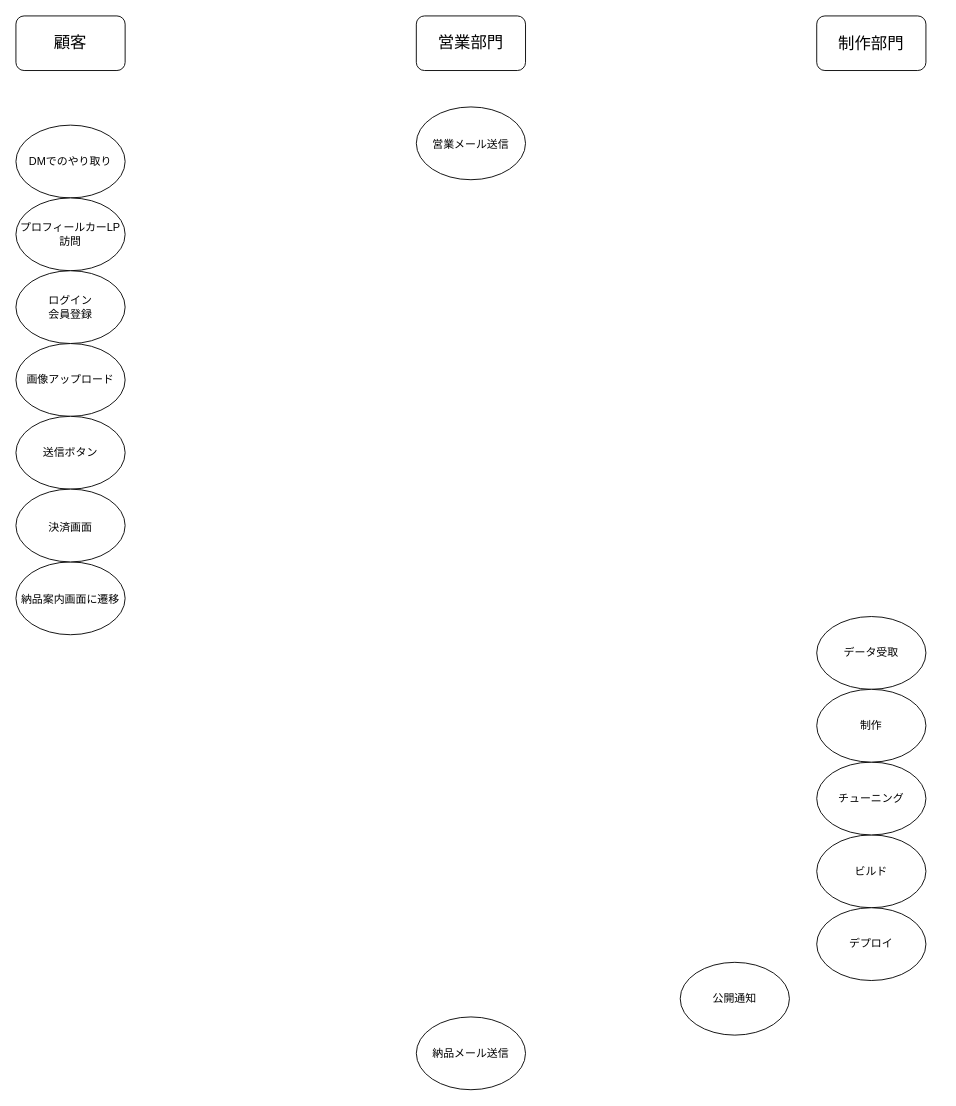
The draw.io diagram page "namecard" (2 of 2) of 詳細フローチャート.drawio in denkineko-v8/Tip-Of-the-Tongue, before the edit. Source tidied: cells renumbered, new cells numbered last; positions are measured from the earlier drawing's top-left corner, leaving out a move shared by most shapes. Both pictures are drawn from the tidied source at 91%, with x=0, y=0 at pixel (15, 15).
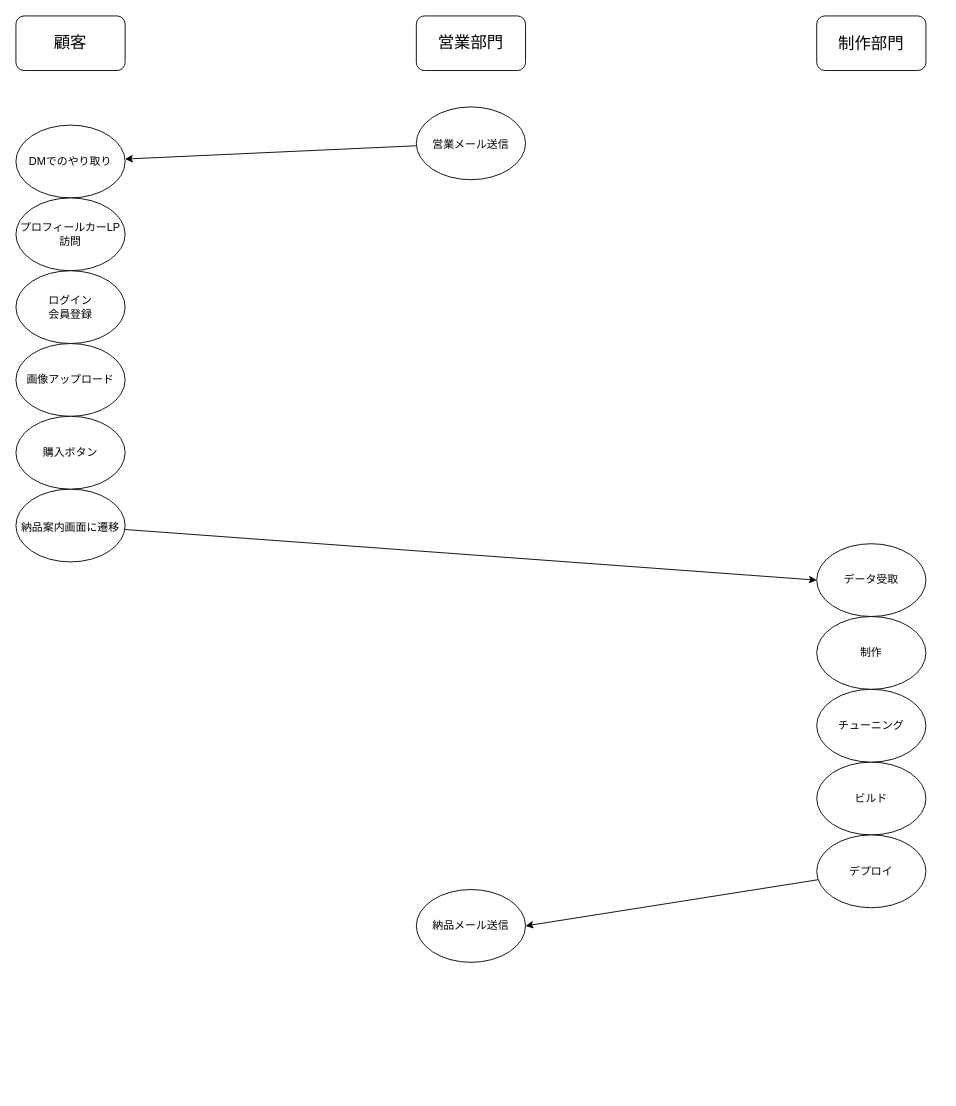
After the change.

Commit message:
詳細フローチャート.drawio を更新します

The change refers to these unchanged cells:
```xml
<mxCell id="8" value="&lt;font style=&quot;font-size: 12px;&quot;&gt;DMでのやり取り&lt;/font&gt;" style="ellipse;whiteSpace=wrap;html=1;fontSize=12;" parent="1" vertex="1">
  <mxGeometry y="120" width="120" height="80" as="geometry" />
</mxCell>
<mxCell id="9" value="&lt;font style=&quot;font-size: 12px&quot;&gt;営業メール送信&lt;/font&gt;" style="ellipse;whiteSpace=wrap;html=1;fontSize=18;" parent="1" vertex="1">
  <mxGeometry x="440" y="100" width="120" height="80" as="geometry" />
</mxCell>
```

What changed in the source:
```diff
@@
+    <mxCell id="23" style="edgeStyle=none;rounded=0;jettySize=auto;html=1;" parent="1" edge="1" source="9" target="8">
+      <mxGeometry relative="1" as="geometry" />
+    </mxCell>
@@
+    <mxCell id="24" style="edgeStyle=none;rounded=0;jettySize=auto;html=1;entryX=0;entryY=0.5;entryDx=0;entryDy=0;" parent="1" edge="1" source="12" target="19">
+      <mxGeometry relative="1" as="geometry" />
+    </mxCell>
     <mxCell id="12" value="&lt;span style=&quot;font-size: 12px&quot;&gt;納品案内画面に遷移&lt;br&gt;&lt;/span&gt;" style="ellipse;whiteSpace=wrap;html=1;fontSize=18;" parent="1" vertex="1">
-      <mxGeometry y="600" width="120" height="80" as="geometry" />
+      <mxGeometry y="520" width="120" height="80" as="geometry" />
     </mxCell>
     <mxCell id="13" value="ビルド" style="ellipse;whiteSpace=wrap;html=1;fontSize=12;" parent="1" vertex="1">
-      <mxGeometry x="880" y="900" width="120" height="80" as="geometry" />
+      <mxGeometry x="880" y="820" width="120" height="80" as="geometry" />
     </mxCell>
+    <mxCell id="25" style="edgeStyle=none;rounded=0;jettySize=auto;html=1;entryX=1;entryY=0.5;entryDx=0;entryDy=0;" parent="1" edge="1" source="14" target="21">
+      <mxGeometry relative="1" as="geometry" />
+    </mxCell>
     <mxCell id="14" value="デプロイ" style="ellipse;whiteSpace=wrap;html=1;fontSize=12;" parent="1" vertex="1">
-      <mxGeometry x="880" y="980" width="120" height="80" as="geometry" />
+      <mxGeometry x="880" y="900" width="120" height="80" as="geometry" />
     </mxCell>
     <mxCell id="15" value="チューニング" style="ellipse;whiteSpace=wrap;html=1;fontSize=12;" parent="1" vertex="1">
-      <mxGeometry x="880" y="820" width="120" height="80" as="geometry" />
+      <mxGeometry x="880" y="740" width="120" height="80" as="geometry" />
     </mxCell>
-    <mxCell id="16" value="公開通知" style="ellipse;whiteSpace=wrap;html=1;fontSize=12;" parent="1" vertex="1">
-      <mxGeometry x="730" y="1040" width="120" height="80" as="geometry" />
-    </mxCell>
@@
-    <mxCell id="18" value="送信ボタン" style="ellipse;whiteSpace=wrap;html=1;fontSize=12;" parent="1" vertex="1">
+    <mxCell id="18" value="購入ボタン" style="ellipse;whiteSpace=wrap;html=1;fontSize=12;" parent="1" vertex="1">
       <mxGeometry y="440" width="120" height="80" as="geometry" />
     </mxCell>
     <mxCell id="19" value="データ受取" style="ellipse;whiteSpace=wrap;html=1;fontSize=12;" parent="1" vertex="1">
-      <mxGeometry x="880" y="660" width="120" height="80" as="geometry" />
+      <mxGeometry x="880" y="580" width="120" height="80" as="geometry" />
     </mxCell>
     <mxCell id="20" value="制作" style="ellipse;whiteSpace=wrap;html=1;fontSize=12;" parent="1" vertex="1">
-      <mxGeometry x="880" y="740" width="120" height="80" as="geometry" />
+      <mxGeometry x="880" y="660" width="120" height="80" as="geometry" />
     </mxCell>
     <mxCell id="21" value="納品メール送信" style="ellipse;whiteSpace=wrap;html=1;fontSize=12;" parent="1" vertex="1">
-      <mxGeometry x="440" y="1100" width="120" height="80" as="geometry" />
+      <mxGeometry x="440" y="960" width="120" height="80" as="geometry" />
     </mxCell>
-    <mxCell id="22" value="&lt;span style=&quot;font-size: 12px&quot;&gt;決済画面&lt;br&gt;&lt;/span&gt;" style="ellipse;whiteSpace=wrap;html=1;fontSize=18;" parent="1" vertex="1">
-      <mxGeometry y="520" width="120" height="80" as="geometry" />
-    </mxCell>
```
